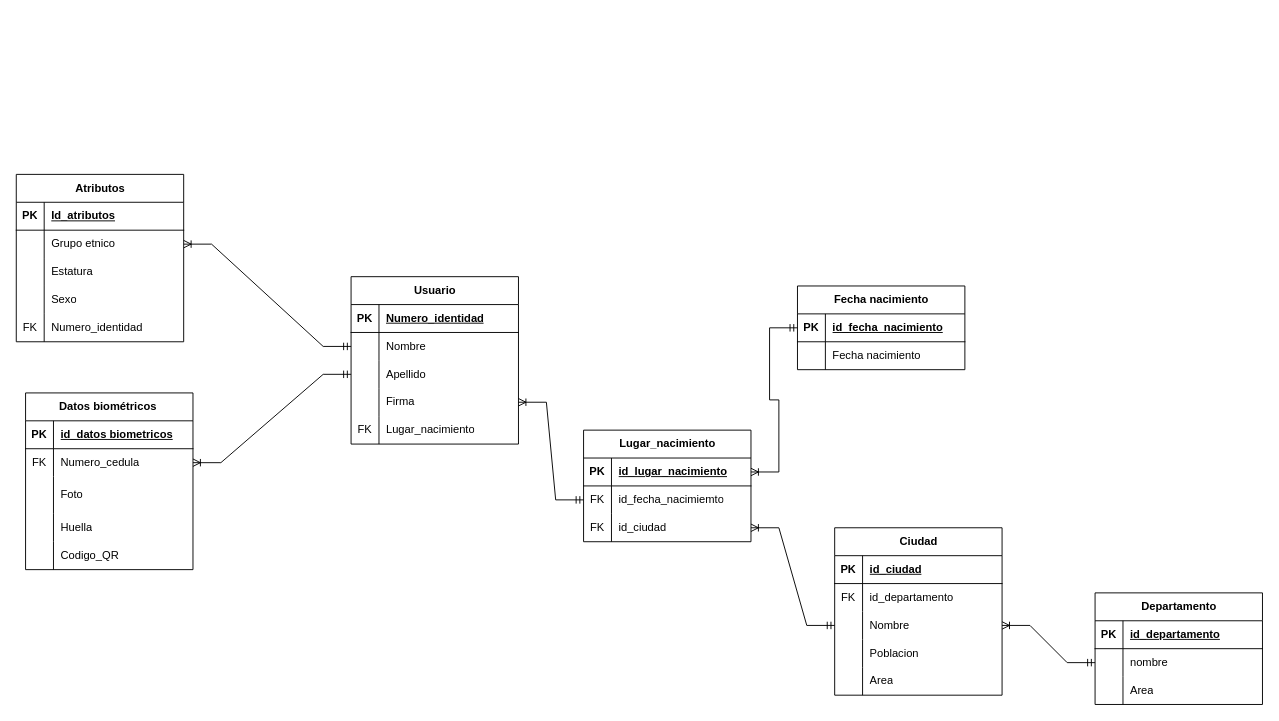
The draw.io diagram Cedula.drawio in josearpa123/Movilidad-ubanaBD, before the edit. Source tidied: cells renumbered, new cells numbered last; positions are measured from the earlier drawing's top-left corner, leaving out a move shared by most shapes. Both pictures are drawn from the tidied source at 93%, with x=0, y=0 at pixel (16, 174).
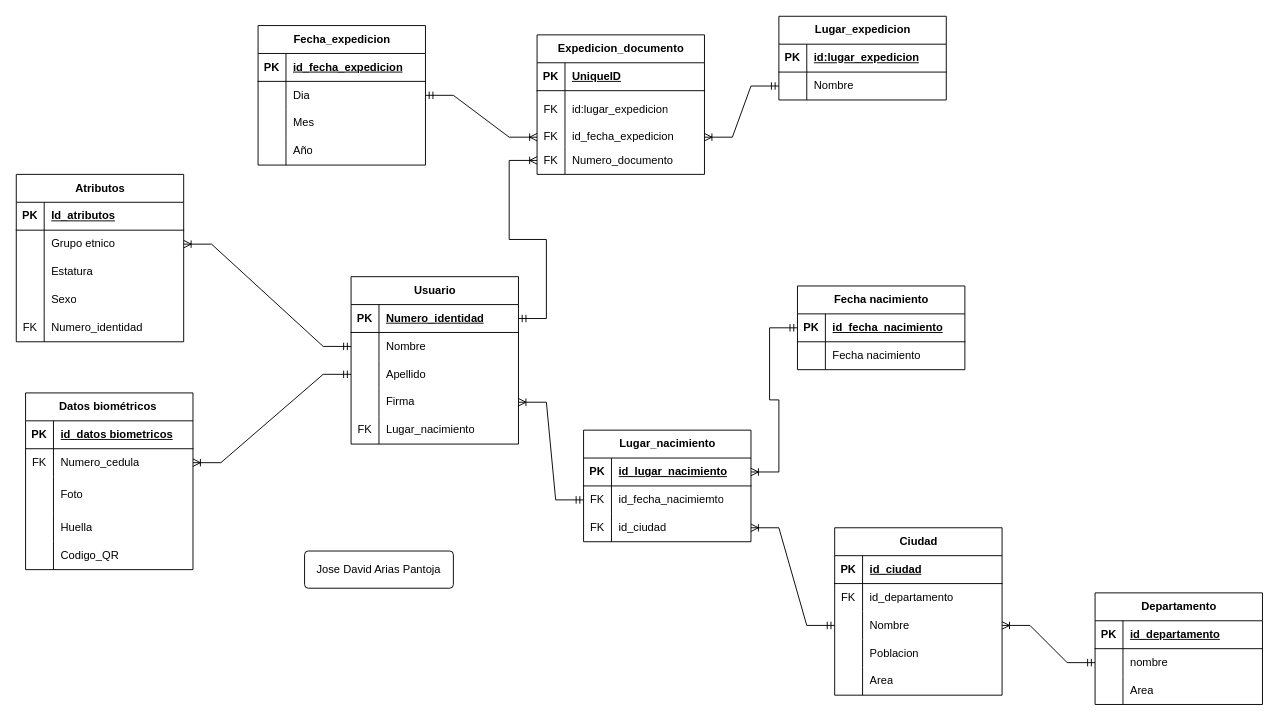
Above is the later version.

The change refers to these unchanged cells:
```xml
<mxCell id="3" style="shape=tableRow;horizontal=0;startSize=0;swimlaneHead=0;swimlaneBody=0;fillColor=none;points=[[0,0.5],[1,0.5]];portConstraint=eastwest;top=0;left=0;right=0;bottom=1;" parent="2" vertex="1">
  <mxGeometry y="30" width="180" height="30" as="geometry" />
</mxCell>
```

Change to the diagram source:
```diff
@@
+    <mxCell id="99" value="Expedicion_documento" style="shape=table;startSize=30;childLayout=tableLayout;rowLines=0;fontStyle=1;align=center;html=1;" parent="1" vertex="1">
+      <mxGeometry x="560" y="-150" width="180" height="150" as="geometry" />
+    </mxCell>
+    <mxCell id="100" style="shape=tableRow;horizontal=0;startSize=0;swimlaneHead=0;swimlaneBody=0;fillColor=none;top=0;left=0;right=0;bottom=1;" parent="99" vertex="1">
+      <mxGeometry y="30" width="180" height="30" as="geometry" />
+    </mxCell>
+    <mxCell id="101" value="PK" style="shape=partialRectangle;fillColor=none;top=0;left=0;bottom=0;right=0;fontStyle=1;overflow=hidden;whiteSpace=wrap;html=1;" parent="100" vertex="1">
+      <mxGeometry width="30" height="30" as="geometry" />
+    </mxCell>
+    <mxCell id="102" value="UniqueID" style="shape=partialRectangle;fillColor=none;top=0;left=0;bottom=0;right=0;align=left;spacingLeft=6;fontStyle=5;overflow=hidden;whiteSpace=wrap;html=1;" parent="100" vertex="1">
+      <mxGeometry x="30" width="150" height="30" as="geometry" />
+    </mxCell>
+    <mxCell id="103" style="shape=tableRow;horizontal=0;startSize=0;swimlaneHead=0;swimlaneBody=0;fillColor=none;top=0;left=0;right=0;bottom=0;" parent="99" vertex="1">
+      <mxGeometry y="60" width="180" height="40" as="geometry" />
+    </mxCell>
+    <mxCell id="104" value="FK" style="shape=partialRectangle;fillColor=none;top=0;left=0;bottom=0;right=0;overflow=hidden;whiteSpace=wrap;html=1;" parent="103" vertex="1">
+      <mxGeometry width="30" height="40" as="geometry" />
+    </mxCell>
+    <mxCell id="105" value="id:lugar_expedicion" style="shape=partialRectangle;fillColor=none;top=0;left=0;bottom=0;right=0;align=left;spacingLeft=6;overflow=hidden;whiteSpace=wrap;html=1;" parent="103" vertex="1">
+      <mxGeometry x="30" width="150" height="40" as="geometry" />
+    </mxCell>
+    <mxCell id="106" style="shape=tableRow;horizontal=0;startSize=0;swimlaneHead=0;swimlaneBody=0;fillColor=none;points=[[0,0.5],[1,0.5]];portConstraint=eastwest;top=0;left=0;right=0;bottom=0;" parent="99" vertex="1">
+      <mxGeometry y="100" width="180" height="20" as="geometry" />
+    </mxCell>
+    <mxCell id="107" value="FK" style="shape=partialRectangle;fillColor=none;top=0;left=0;bottom=0;right=0;overflow=hidden;whiteSpace=wrap;html=1;" parent="106" vertex="1">
+      <mxGeometry width="30" height="20" as="geometry" />
+    </mxCell>
+    <mxCell id="108" value="id_fecha_expedicion" style="shape=partialRectangle;fillColor=none;top=0;left=0;bottom=0;right=0;align=left;spacingLeft=6;overflow=hidden;whiteSpace=wrap;html=1;" parent="106" vertex="1">
+      <mxGeometry x="30" width="150" height="20" as="geometry" />
+    </mxCell>
+    <mxCell id="109" style="shape=tableRow;horizontal=0;startSize=0;swimlaneHead=0;swimlaneBody=0;fillColor=none;points=[[0,0.5],[1,0.5]];portConstraint=eastwest;top=0;left=0;right=0;bottom=0;" parent="99" vertex="1">
+      <mxGeometry y="120" width="180" height="30" as="geometry" />
+    </mxCell>
+    <mxCell id="110" value="FK" style="shape=partialRectangle;fillColor=none;top=0;left=0;bottom=0;right=0;overflow=hidden;whiteSpace=wrap;html=1;" parent="109" vertex="1">
+      <mxGeometry width="30" height="30" as="geometry" />
+    </mxCell>
+    <mxCell id="111" value="Numero_documento" style="shape=partialRectangle;fillColor=none;top=0;left=0;bottom=0;right=0;align=left;spacingLeft=6;overflow=hidden;whiteSpace=wrap;html=1;" parent="109" vertex="1">
+      <mxGeometry x="30" width="150" height="30" as="geometry" />
+    </mxCell>
+    <mxCell id="112" value="Fecha_expedicion" style="shape=table;startSize=30;childLayout=tableLayout;rowLines=0;fontStyle=1;align=center;html=1;" parent="1" vertex="1">
+      <mxGeometry x="260" y="-160" width="180" height="150" as="geometry" />
+    </mxCell>
+    <mxCell id="113" style="shape=tableRow;horizontal=0;startSize=0;swimlaneHead=0;swimlaneBody=0;fillColor=none;top=0;left=0;right=0;bottom=1;" parent="112" vertex="1">
+      <mxGeometry y="30" width="180" height="30" as="geometry" />
+    </mxCell>
+    <mxCell id="114" value="PK" style="shape=partialRectangle;fillColor=none;top=0;left=0;bottom=0;right=0;fontStyle=1;overflow=hidden;whiteSpace=wrap;html=1;" parent="113" vertex="1">
+      <mxGeometry width="30" height="30" as="geometry" />
+    </mxCell>
+    <mxCell id="115" value="id_fecha_expedicion" style="shape=partialRectangle;fillColor=none;top=0;left=0;bottom=0;right=0;align=left;spacingLeft=6;fontStyle=5;overflow=hidden;whiteSpace=wrap;html=1;" parent="113" vertex="1">
+      <mxGeometry x="30" width="150" height="30" as="geometry" />
+    </mxCell>
+    <mxCell id="116" style="shape=tableRow;horizontal=0;startSize=0;swimlaneHead=0;swimlaneBody=0;fillColor=none;points=[[0,0.5],[1,0.5]];portConstraint=eastwest;top=0;left=0;right=0;bottom=0;" parent="112" vertex="1">
+      <mxGeometry y="60" width="180" height="30" as="geometry" />
+    </mxCell>
+    <mxCell id="117" style="shape=partialRectangle;fillColor=none;top=0;left=0;bottom=0;right=0;overflow=hidden;whiteSpace=wrap;html=1;" parent="116" vertex="1">
+      <mxGeometry width="30" height="30" as="geometry" />
+    </mxCell>
+    <mxCell id="118" value="Dia" style="shape=partialRectangle;fillColor=none;top=0;left=0;bottom=0;right=0;align=left;spacingLeft=6;overflow=hidden;whiteSpace=wrap;html=1;" parent="116" vertex="1">
+      <mxGeometry x="30" width="150" height="30" as="geometry" />
+    </mxCell>
+    <mxCell id="119" style="shape=tableRow;horizontal=0;startSize=0;swimlaneHead=0;swimlaneBody=0;fillColor=none;top=0;left=0;right=0;bottom=0;" parent="112" vertex="1">
+      <mxGeometry y="90" width="180" height="30" as="geometry" />
+    </mxCell>
+    <mxCell id="120" style="shape=partialRectangle;fillColor=none;top=0;left=0;bottom=0;right=0;overflow=hidden;whiteSpace=wrap;html=1;" parent="119" vertex="1">
+      <mxGeometry width="30" height="30" as="geometry" />
+    </mxCell>
+    <mxCell id="121" value="Mes" style="shape=partialRectangle;fillColor=none;top=0;left=0;bottom=0;right=0;align=left;spacingLeft=6;overflow=hidden;whiteSpace=wrap;html=1;" parent="119" vertex="1">
+      <mxGeometry x="30" width="150" height="30" as="geometry" />
+    </mxCell>
+    <mxCell id="122" style="shape=tableRow;horizontal=0;startSize=0;swimlaneHead=0;swimlaneBody=0;fillColor=none;top=0;left=0;right=0;bottom=0;" parent="112" vertex="1">
+      <mxGeometry y="120" width="180" height="30" as="geometry" />
+    </mxCell>
+    <mxCell id="123" style="shape=partialRectangle;fillColor=none;top=0;left=0;bottom=0;right=0;overflow=hidden;whiteSpace=wrap;html=1;" parent="122" vertex="1">
+      <mxGeometry width="30" height="30" as="geometry" />
+    </mxCell>
+    <mxCell id="124" value="Año" style="shape=partialRectangle;fillColor=none;top=0;left=0;bottom=0;right=0;align=left;spacingLeft=6;overflow=hidden;whiteSpace=wrap;html=1;" parent="122" vertex="1">
+      <mxGeometry x="30" width="150" height="30" as="geometry" />
+    </mxCell>
+    <mxCell id="125" value="Lugar_expedicion" style="shape=table;startSize=30;childLayout=tableLayout;rowLines=0;fontStyle=1;align=center;html=1;" parent="1" vertex="1">
+      <mxGeometry x="820" y="-170" width="180" height="90" as="geometry" />
+    </mxCell>
+    <mxCell id="126" style="shape=tableRow;horizontal=0;startSize=0;swimlaneHead=0;swimlaneBody=0;fillColor=none;top=0;left=0;right=0;bottom=1;" parent="125" vertex="1">
+      <mxGeometry y="30" width="180" height="30" as="geometry" />
+    </mxCell>
+    <mxCell id="127" value="PK" style="shape=partialRectangle;fillColor=none;top=0;left=0;bottom=0;right=0;fontStyle=1;overflow=hidden;whiteSpace=wrap;html=1;" parent="126" vertex="1">
+      <mxGeometry width="30" height="30" as="geometry" />
+    </mxCell>
+    <mxCell id="128" value="id:lugar_expedicion" style="shape=partialRectangle;fillColor=none;top=0;left=0;bottom=0;right=0;align=left;spacingLeft=6;fontStyle=5;overflow=hidden;whiteSpace=wrap;html=1;" parent="126" vertex="1">
+      <mxGeometry x="30" width="150" height="30" as="geometry" />
+    </mxCell>
+    <mxCell id="129" style="shape=tableRow;horizontal=0;startSize=0;swimlaneHead=0;swimlaneBody=0;fillColor=none;points=[[0,0.5],[1,0.5]];portConstraint=eastwest;top=0;left=0;right=0;bottom=0;" parent="125" vertex="1">
+      <mxGeometry y="60" width="180" height="30" as="geometry" />
+    </mxCell>
+    <mxCell id="130" style="shape=partialRectangle;fillColor=none;top=0;left=0;bottom=0;right=0;overflow=hidden;whiteSpace=wrap;html=1;" parent="129" vertex="1">
+      <mxGeometry width="30" height="30" as="geometry" />
+    </mxCell>
+    <mxCell id="131" value="Nombre" style="shape=partialRectangle;fillColor=none;top=0;left=0;bottom=0;right=0;align=left;spacingLeft=6;overflow=hidden;whiteSpace=wrap;html=1;" parent="129" vertex="1">
+      <mxGeometry x="30" width="150" height="30" as="geometry" />
+    </mxCell>
+    <mxCell id="132" style="edgeStyle=entityRelationEdgeStyle;fontSize=12;html=1;endArrow=ERoneToMany;startArrow=ERmandOne;rounded=0;entryX=0;entryY=0.5;entryDx=0;entryDy=0;" parent="1" edge="1" source="116" target="106">
+      <mxGeometry relative="1" as="geometry" />
+    </mxCell>
+    <mxCell id="133" style="edgeStyle=entityRelationEdgeStyle;fontSize=12;html=1;endArrow=ERoneToMany;startArrow=ERmandOne;rounded=0;exitX=0;exitY=0.5;exitDx=0;exitDy=0;entryX=1;entryY=0.5;entryDx=0;entryDy=0;" parent="1" edge="1" source="129" target="106">
+      <mxGeometry relative="1" as="geometry" />
+    </mxCell>
+    <mxCell id="134" style="edgeStyle=entityRelationEdgeStyle;fontSize=12;html=1;endArrow=ERoneToMany;startArrow=ERmandOne;rounded=0;exitX=1;exitY=0.5;exitDx=0;exitDy=0;entryX=0;entryY=0.5;entryDx=0;entryDy=0;" parent="1" edge="1" source="3" target="109">
+      <mxGeometry relative="1" as="geometry" />
+    </mxCell>
+    <mxCell id="135" value="Jose David Arias Pantoja" style="rounded=1;arcSize=10;whiteSpace=wrap;html=1;align=center;" parent="1" vertex="1">
+      <mxGeometry x="310" y="405" width="160" height="40" as="geometry" />
+    </mxCell>
```
